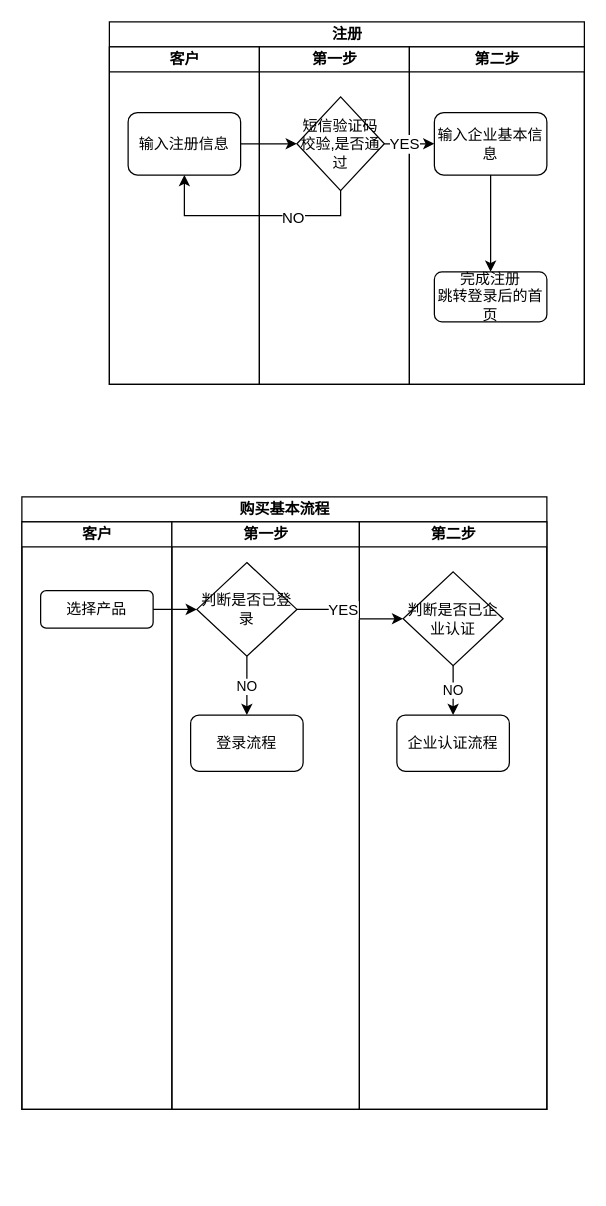
Above: page "Page-1" (1 of 3) of 注册.drawio in janzhou123/mydraw (draw.io), before the change. Source tidied: cells renumbered, new cells numbered last; positions are measured from the earlier drawing's top-left corner, leaving out a move shared by most shapes. Both pictures are drawn from the tidied source at 125%, with x=0, y=0 at pixel (21, 21).
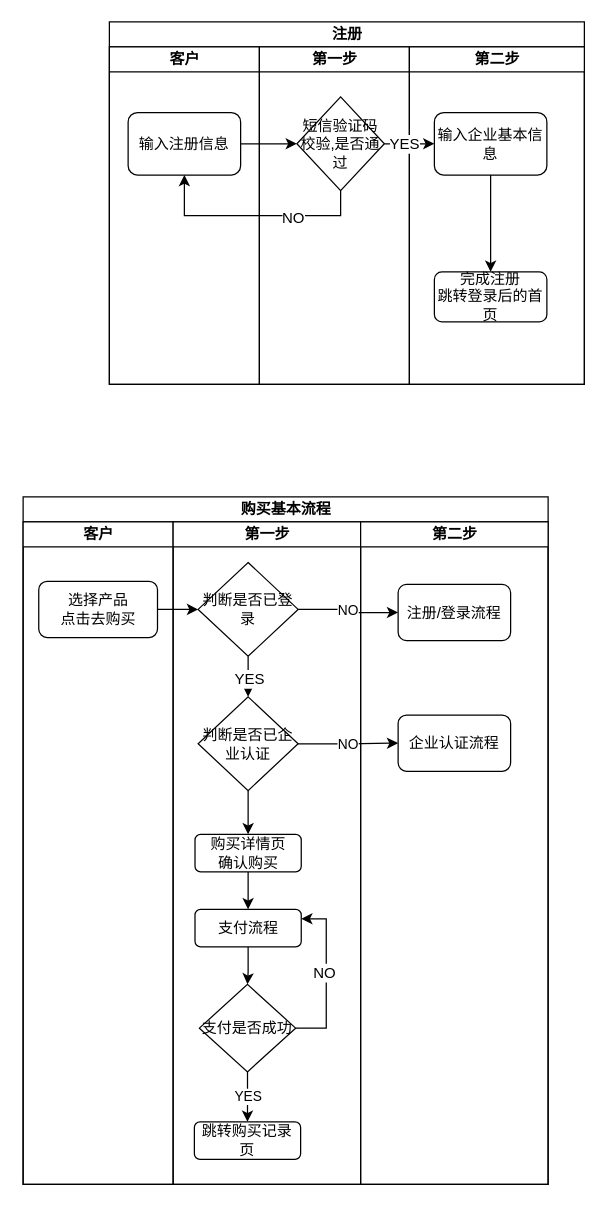
The same diagram, later.

Unchanged cells that the change refers to:
```xml
<mxCell id="21" value="判断是否已登录" style="rhombus;whiteSpace=wrap;html=1;" parent="19" vertex="1">
  <mxGeometry x="20" y="32.5" width="80" height="75" as="geometry" />
</mxCell>
<mxCell id="24" value="企业认证流程" style="rounded=1;whiteSpace=wrap;html=1;" parent="23" vertex="1">
  <mxGeometry x="30" y="154.5" width="90" height="45" as="geometry" />
</mxCell>
```

Diff of the diagram source:
```diff
@@
     <mxCell id="16" value="购买基本流程" style="swimlane;html=1;startSize=20;" parent="1" vertex="1">
-      <mxGeometry y="380" width="420" height="490" as="geometry" />
+      <mxGeometry x="1" y="380" width="420" height="550" as="geometry" />
     </mxCell>
     <mxCell id="17" value="客户" style="swimlane;html=1;startSize=20;" parent="16" vertex="1">
-      <mxGeometry y="20" width="120" height="470" as="geometry" />
+      <mxGeometry y="20" width="120" height="530" as="geometry" />
     </mxCell>
-    <mxCell id="18" value="选择产品" style="rounded=1;whiteSpace=wrap;html=1;" parent="17" vertex="1">
-      <mxGeometry x="15" y="55" width="90" height="30" as="geometry" />
+    <mxCell id="18" value="选择产品&lt;br&gt;点击去购买" style="rounded=1;whiteSpace=wrap;html=1;" parent="17" vertex="1">
+      <mxGeometry x="12.5" y="47.5" width="95" height="45" as="geometry" />
     </mxCell>
     <mxCell id="19" value="第一步" style="swimlane;html=1;startSize=20;" parent="16" vertex="1">
-      <mxGeometry x="120" y="20" width="150" height="470" as="geometry" />
+      <mxGeometry x="120" y="20" width="150" height="530" as="geometry" />
     </mxCell>
-    <mxCell id="20" value="NO" style="edgeStyle=orthogonalEdgeStyle;rounded=0;jettySize=auto;html=1;" parent="19" edge="1" source="21" target="22">
-      <mxGeometry relative="1" as="geometry" />
-    </mxCell>
@@
-    <mxCell id="22" value="登录流程" style="rounded=1;whiteSpace=wrap;html=1;" parent="19" vertex="1">
-      <mxGeometry x="15" y="154.5" width="90" height="45" as="geometry" />
-    </mxCell>
+    <mxCell id="30" style="edgeStyle=orthogonalEdgeStyle;rounded=0;jettySize=auto;html=1;entryX=0.5;entryY=0;entryDx=0;entryDy=0;" parent="19" edge="1" source="25" target="32">
+      <mxGeometry relative="1" as="geometry" />
+    </mxCell>
+    <mxCell id="25" value="判断是否已企业认证" style="rhombus;whiteSpace=wrap;html=1;" parent="19" vertex="1">
+      <mxGeometry x="20" y="140" width="80" height="75" as="geometry" />
+    </mxCell>
+    <mxCell id="28" style="edgeStyle=orthogonalEdgeStyle;rounded=0;jettySize=auto;html=1;" parent="19" edge="1" source="21" target="25">
+      <mxGeometry relative="1" as="geometry" />
+    </mxCell>
+    <mxCell id="29" value="YES" style="text;html=1;align=center;verticalAlign=middle;labelBackgroundColor=#ffffff;" parent="28" vertex="1">
+      <mxGeometry x="-0.23" relative="1" as="geometry" />
+    </mxCell>
+    <mxCell id="31" style="edgeStyle=orthogonalEdgeStyle;rounded=0;jettySize=auto;html=1;entryX=0.5;entryY=0;entryDx=0;entryDy=0;" parent="19" edge="1" source="32" target="34">
+      <mxGeometry relative="1" as="geometry" />
+    </mxCell>
+    <mxCell id="32" value="购买详情页&lt;br&gt;确认购买" style="rounded=1;whiteSpace=wrap;html=1;" parent="19" vertex="1">
+      <mxGeometry x="17.5" y="250" width="85" height="30" as="geometry" />
+    </mxCell>
+    <mxCell id="33" style="edgeStyle=orthogonalEdgeStyle;rounded=0;jettySize=auto;html=1;entryX=0.5;entryY=0;entryDx=0;entryDy=0;" parent="19" edge="1" source="34" target="38">
+      <mxGeometry relative="1" as="geometry" />
+    </mxCell>
+    <mxCell id="34" value="支付流程" style="rounded=1;whiteSpace=wrap;html=1;" parent="19" vertex="1">
+      <mxGeometry x="17.5" y="310" width="85" height="30" as="geometry" />
+    </mxCell>
+    <mxCell id="35" value="YES" style="edgeStyle=orthogonalEdgeStyle;rounded=0;jettySize=auto;html=1;entryX=0.5;entryY=0;entryDx=0;entryDy=0;" parent="19" edge="1" source="38" target="39">
+      <mxGeometry relative="1" as="geometry" />
+    </mxCell>
+    <mxCell id="36" style="edgeStyle=orthogonalEdgeStyle;rounded=0;jettySize=auto;html=1;entryX=1;entryY=0.25;entryDx=0;entryDy=0;exitX=1;exitY=0.5;exitDx=0;exitDy=0;" parent="19" edge="1" source="38" target="34">
+      <mxGeometry relative="1" as="geometry" />
+    </mxCell>
+    <mxCell id="37" value="NO" style="text;html=1;align=center;verticalAlign=middle;labelBackgroundColor=#ffffff;" parent="36" vertex="1">
+      <mxGeometry x="0.04" y="2" relative="1" as="geometry" />
+    </mxCell>
+    <mxCell id="38" value="支付是否成功" style="rhombus;whiteSpace=wrap;html=1;" parent="19" vertex="1">
+      <mxGeometry x="21" y="370" width="77" height="70" as="geometry" />
+    </mxCell>
+    <mxCell id="39" value="跳转购买记录页" style="rounded=1;whiteSpace=wrap;html=1;" parent="19" vertex="1">
+      <mxGeometry x="17" y="480" width="85" height="30" as="geometry" />
+    </mxCell>
     <mxCell id="23" value="第二步" style="swimlane;html=1;startSize=20;" parent="16" vertex="1">
-      <mxGeometry x="270" y="20" width="150" height="470" as="geometry" />
+      <mxGeometry x="270" y="20" width="150" height="530" as="geometry" />
     </mxCell>
@@
-    <mxCell id="25" value="判断是否已企业认证" style="rhombus;whiteSpace=wrap;html=1;" parent="23" vertex="1">
-      <mxGeometry x="35" y="40" width="80" height="75" as="geometry" />
-    </mxCell>
+    <mxCell id="22" value="注册/登录流程" style="rounded=1;whiteSpace=wrap;html=1;" parent="23" vertex="1">
+      <mxGeometry x="30" y="50" width="90" height="45" as="geometry" />
+    </mxCell>
+    <mxCell id="27" style="edgeStyle=orthogonalEdgeStyle;rounded=0;jettySize=auto;html=1;entryX=0;entryY=0.5;entryDx=0;entryDy=0;" parent="16" edge="1" source="18" target="21">
+      <mxGeometry relative="1" as="geometry" />
+    </mxCell>
-    <mxCell id="26" value="NO" style="edgeStyle=orthogonalEdgeStyle;rounded=0;jettySize=auto;html=1;entryX=0.5;entryY=0;entryDx=0;entryDy=0;" parent="23" edge="1" source="25" target="24">
+    <mxCell id="26" value="NO" style="edgeStyle=orthogonalEdgeStyle;rounded=0;jettySize=auto;html=1;entryX=0;entryY=0.5;entryDx=0;entryDy=0;" parent="16" edge="1" source="25" target="24">
       <mxGeometry relative="1" as="geometry" />
     </mxCell>
-    <mxCell id="27" style="edgeStyle=orthogonalEdgeStyle;rounded=0;jettySize=auto;html=1;entryX=0;entryY=0.5;entryDx=0;entryDy=0;" parent="16" edge="1" source="18" target="21">
-      <mxGeometry relative="1" as="geometry" />
-    </mxCell>
-    <mxCell id="28" style="edgeStyle=orthogonalEdgeStyle;rounded=0;jettySize=auto;html=1;entryX=0;entryY=0.5;entryDx=0;entryDy=0;" parent="16" edge="1" source="21" target="25">
-      <mxGeometry relative="1" as="geometry" />
-    </mxCell>
-    <mxCell id="29" value="YES" style="text;html=1;align=center;verticalAlign=middle;labelBackgroundColor=#ffffff;" parent="28" vertex="1">
-      <mxGeometry x="-0.23" relative="1" as="geometry" />
-    </mxCell>
+    <mxCell id="20" value="NO" style="edgeStyle=orthogonalEdgeStyle;rounded=0;jettySize=auto;html=1;" parent="16" edge="1" source="21" target="22">
+      <mxGeometry relative="1" as="geometry" />
+    </mxCell>
```
